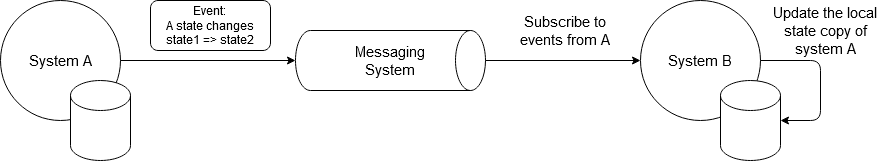
The draw.io diagram images/eventstatetransfer.png in duyhieuvo/master-thesis, before a commit. Source tidied: cells renumbered, new cells last; positions are measured from the earlier drawing's top-left corner, leaving out a move shared by most shapes.
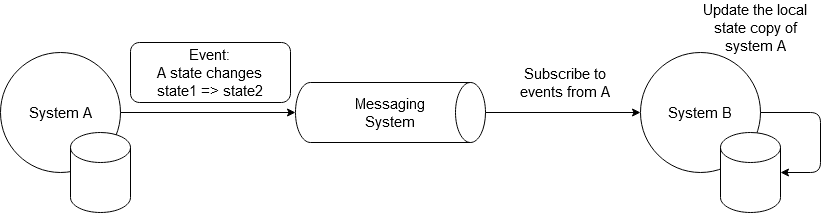
After the commit.

What changed in the source:
```diff
@@ -23,8 +23,8 @@
     <mxCell id="8" style="endArrow=classic;html=1;exitX=1;exitY=0.5;exitDx=0;exitDy=0;entryX=0.5;entryY=1;entryDx=0;entryDy=0;entryPerimeter=0;" parent="1" edge="1" source="2" target="6">
       <mxGeometry relative="1" as="geometry" />
     </mxCell>
-    <mxCell id="9" value="Event:&lt;br&gt;A state changes&lt;br&gt;state1 =&amp;gt; state2" style="rounded=1;whiteSpace=wrap;html=1;" parent="1" vertex="1">
-      <mxGeometry x="150" y="35" width="120" height="50" as="geometry" />
+    <mxCell id="9" value="&lt;font style=&quot;font-size: 15px&quot;&gt;Event:&lt;br&gt;A state changes&lt;br&gt;state1 =&amp;gt; state2&lt;/font&gt;" style="rounded=1;whiteSpace=wrap;html=1;" parent="1" vertex="1">
+      <mxGeometry x="130" y="25" width="160" height="60" as="geometry" />
     </mxCell>
     <mxCell id="10" style="endArrow=classic;html=1;exitX=0.5;exitY=0;exitDx=0;exitDy=0;exitPerimeter=0;entryX=0;entryY=0.5;entryDx=0;entryDy=0;" parent="1" edge="1" source="6" target="3">
       <mxGeometry relative="1" as="geometry" />
@@ -41,7 +41,7 @@
       </mxGeometry>
     </mxCell>
     <mxCell id="13" value="&lt;font style=&quot;font-size: 15px&quot;&gt;Update the local state copy of system A&lt;/font&gt;" style="text;html=1;strokeColor=none;fillColor=none;align=center;verticalAlign=middle;whiteSpace=wrap;rounded=0;" parent="1" vertex="1">
-      <mxGeometry x="770" y="55" width="110" height="20" as="geometry" />
+      <mxGeometry x="700" width="110" height="20" as="geometry" />
     </mxCell>
   </root>
 </mxGraphModel>
```
